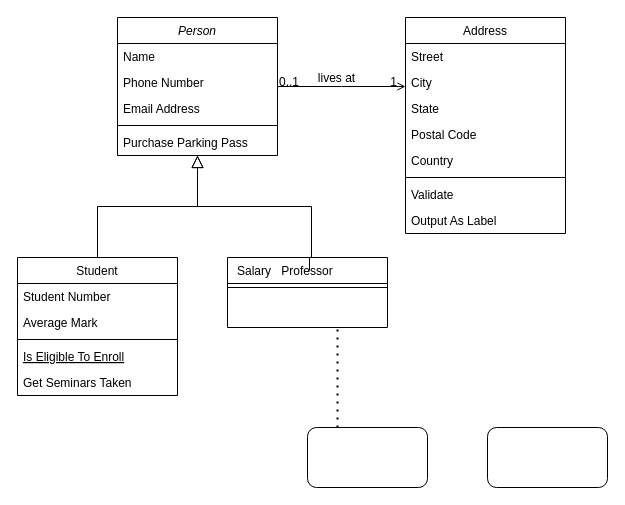
The draw.io diagram Başlıksız Diyagram.drawio in papirus63/drawio, before the edit. Source tidied: cells renumbered, new cells numbered last; positions are measured from the earlier drawing's top-left corner, leaving out a move shared by most shapes. Both pictures are drawn from the tidied source at 100%, with x=0, y=0 at pixel (17, 17).
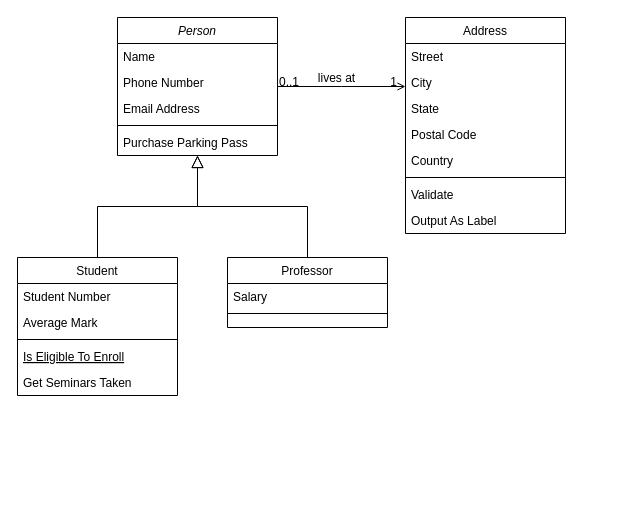
The same page after the edit.

The change refers to these unchanged cells:
```xml
<mxCell id="2" value="Person" style="swimlane;fontStyle=2;align=center;verticalAlign=top;horizontal=1;startSize=26;rounded=0;shadow=0;strokeWidth=1;" parent="1" vertex="1">
  <mxGeometry x="100" width="160" height="138" as="geometry" />
</mxCell>
<mxCell id="15" value="Professor" style="swimlane;fontStyle=0;align=center;verticalAlign=top;horizontal=1;startSize=26;rounded=0;shadow=0;strokeWidth=1;" parent="1" vertex="1">
  <mxGeometry x="210" y="240" width="160" height="70" as="geometry" />
</mxCell>
```

What changed in the source:
```diff
@@
+    <mxCell id="34" value="Salary" style="text;align=left;verticalAlign=top;spacingLeft=4;spacingRight=4;overflow=hidden;points=[[0,0.5],[1,0.5]];portConstraint=eastwest;" parent="15" vertex="1">
+      <mxGeometry y="26" width="160" height="26" as="geometry" />
+    </mxCell>
     <mxCell id="16" style="line;html=1;strokeWidth=1;align=left;verticalAlign=middle;spacingTop=-1;spacingLeft=3;spacingRight=3;labelPosition=right;" parent="15" vertex="1">
-      <mxGeometry y="26" width="160" height="8" as="geometry" />
+      <mxGeometry y="52" width="160" height="8" as="geometry" />
     </mxCell>
-    <mxCell id="17" style="endArrow=block;endSize=10;endFill=0;shadow=0;strokeWidth=1;rounded=0;edgeStyle=elbowEdgeStyle;elbow=vertical;startArrow=none;" parent="1" edge="1" source="34" target="2">
+    <mxCell id="17" style="endArrow=block;endSize=10;endFill=0;shadow=0;strokeWidth=1;rounded=0;edgeStyle=elbowEdgeStyle;elbow=vertical;" parent="1" edge="1" source="15" target="2">
       <mxGeometry relative="1" as="geometry" />
     </mxCell>
@@
-    <mxCell id="31" style="rounded=1;whiteSpace=wrap;html=1;" parent="1" vertex="1">
-      <mxGeometry x="290" y="410" width="120" height="60" as="geometry" />
-    </mxCell>
-    <mxCell id="32" style="rounded=1;whiteSpace=wrap;html=1;" parent="1" vertex="1">
-      <mxGeometry x="470" y="410" width="120" height="60" as="geometry" />
-    </mxCell>
-    <mxCell id="33" style="endArrow=none;dashed=1;html=1;dashPattern=1 3;strokeWidth=2;rounded=0;exitX=0.25;exitY=0;exitDx=0;exitDy=0;" parent="1" edge="1" source="31">
-      <mxGeometry relative="1" as="geometry">
-        <mxPoint x="320" y="310" as="targetPoint" />
-      </mxGeometry>
-    </mxCell>
-    <mxCell id="34" value="Salary" style="text;align=left;verticalAlign=top;spacingLeft=4;spacingRight=4;overflow=hidden;points=[[0,0.5],[1,0.5]];portConstraint=eastwest;" parent="1" vertex="1">
-      <mxGeometry x="214" y="240" width="160" height="26" as="geometry" />
-    </mxCell>
-    <mxCell id="35" style="endArrow=none;endSize=10;endFill=0;shadow=0;strokeWidth=1;rounded=0;edgeStyle=elbowEdgeStyle;elbow=vertical;" parent="1" edge="1" source="15" target="34">
-      <mxGeometry relative="1" as="geometry" />
-    </mxCell>
```
